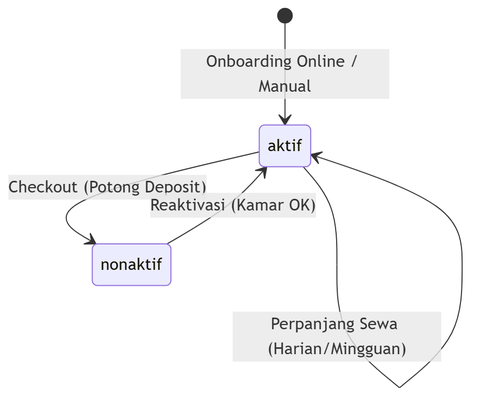
rafifarsyapradiva/asri-boarding-house keeps this Mermaid diagram as Blueprint/state/state_penyewa_lifecycle.png. Above is the earlier version. Its source is kept beside it as Blueprint/state/state_penyewa_lifecycle.mmd.
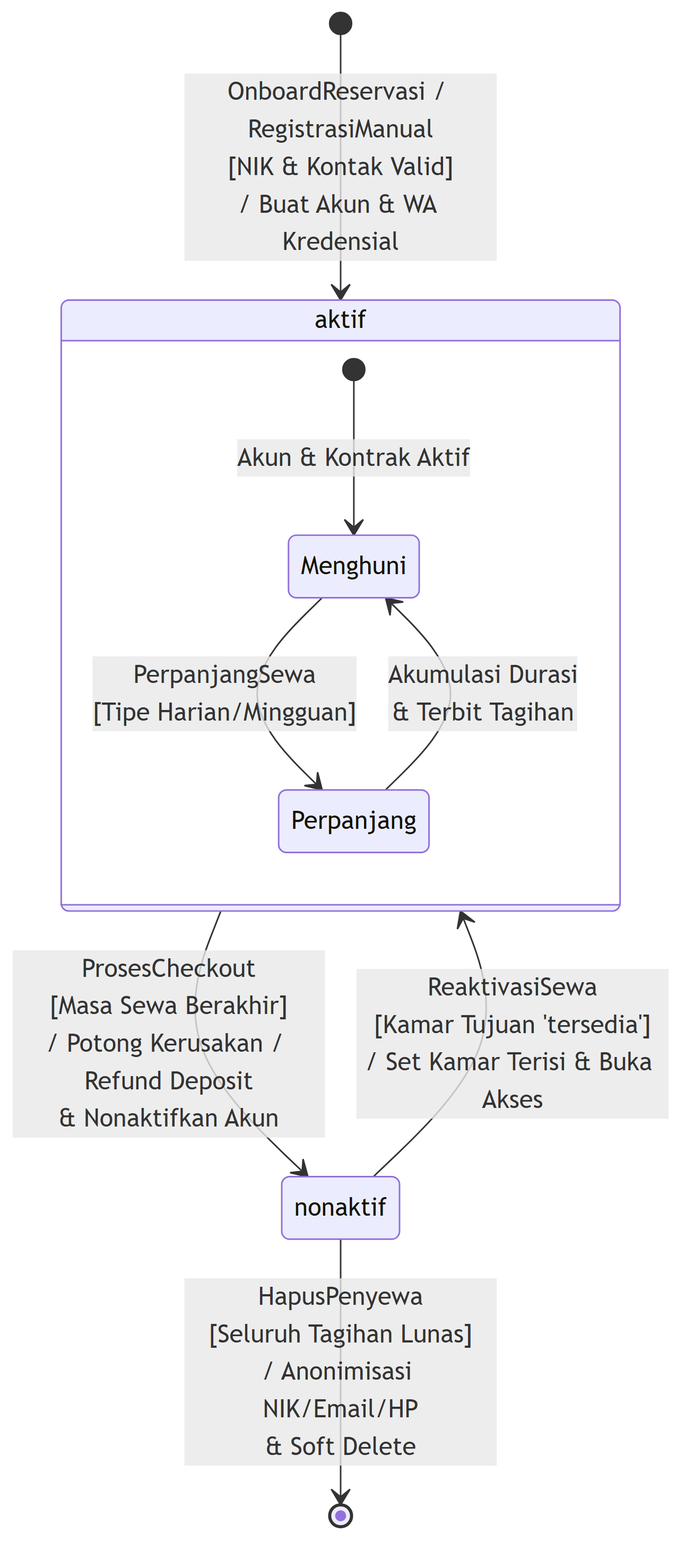
Above is the later version.

What changed in the source:
```diff
@@ -1,5 +1,16 @@
 stateDiagram-v2
-    [*] --> aktif : Onboarding Online / Manual
-    aktif --> nonaktif : Checkout (Potong Deposit)
-    nonaktif --> aktif : Reaktivasi (Kamar OK)
-    aktif --> aktif : Perpanjang Sewa (Harian/Mingguan)
+    direction TB
+
+    state "aktif" as aktif {
+        [*] --> Menghuni : Akun & Kontrak Aktif
+        Menghuni --> Perpanjang : PerpanjangSewa<br>[Tipe Harian/Mingguan]
+        Perpanjang --> Menghuni : Akumulasi Durasi<br>& Terbit Tagihan
+    }
+
+    [*] --> aktif : OnboardReservasi / RegistrasiManual<br>[NIK & Kontak Valid]<br>/ Buat Akun & WA Kredensial
+
+    aktif --> nonaktif : ProsesCheckout<br>[Masa Sewa Berakhir]<br>/ Potong Kerusakan / Refund Deposit<br>& Nonaktifkan Akun
+
+    nonaktif --> aktif : ReaktivasiSewa<br>[Kamar Tujuan 'tersedia']<br>/ Set Kamar Terisi & Buka Akses
+
+    nonaktif --> [*] : HapusPenyewa<br>[Seluruh Tagihan Lunas]<br>/ Anonimisasi NIK/Email/HP<br>& Soft Delete
```
